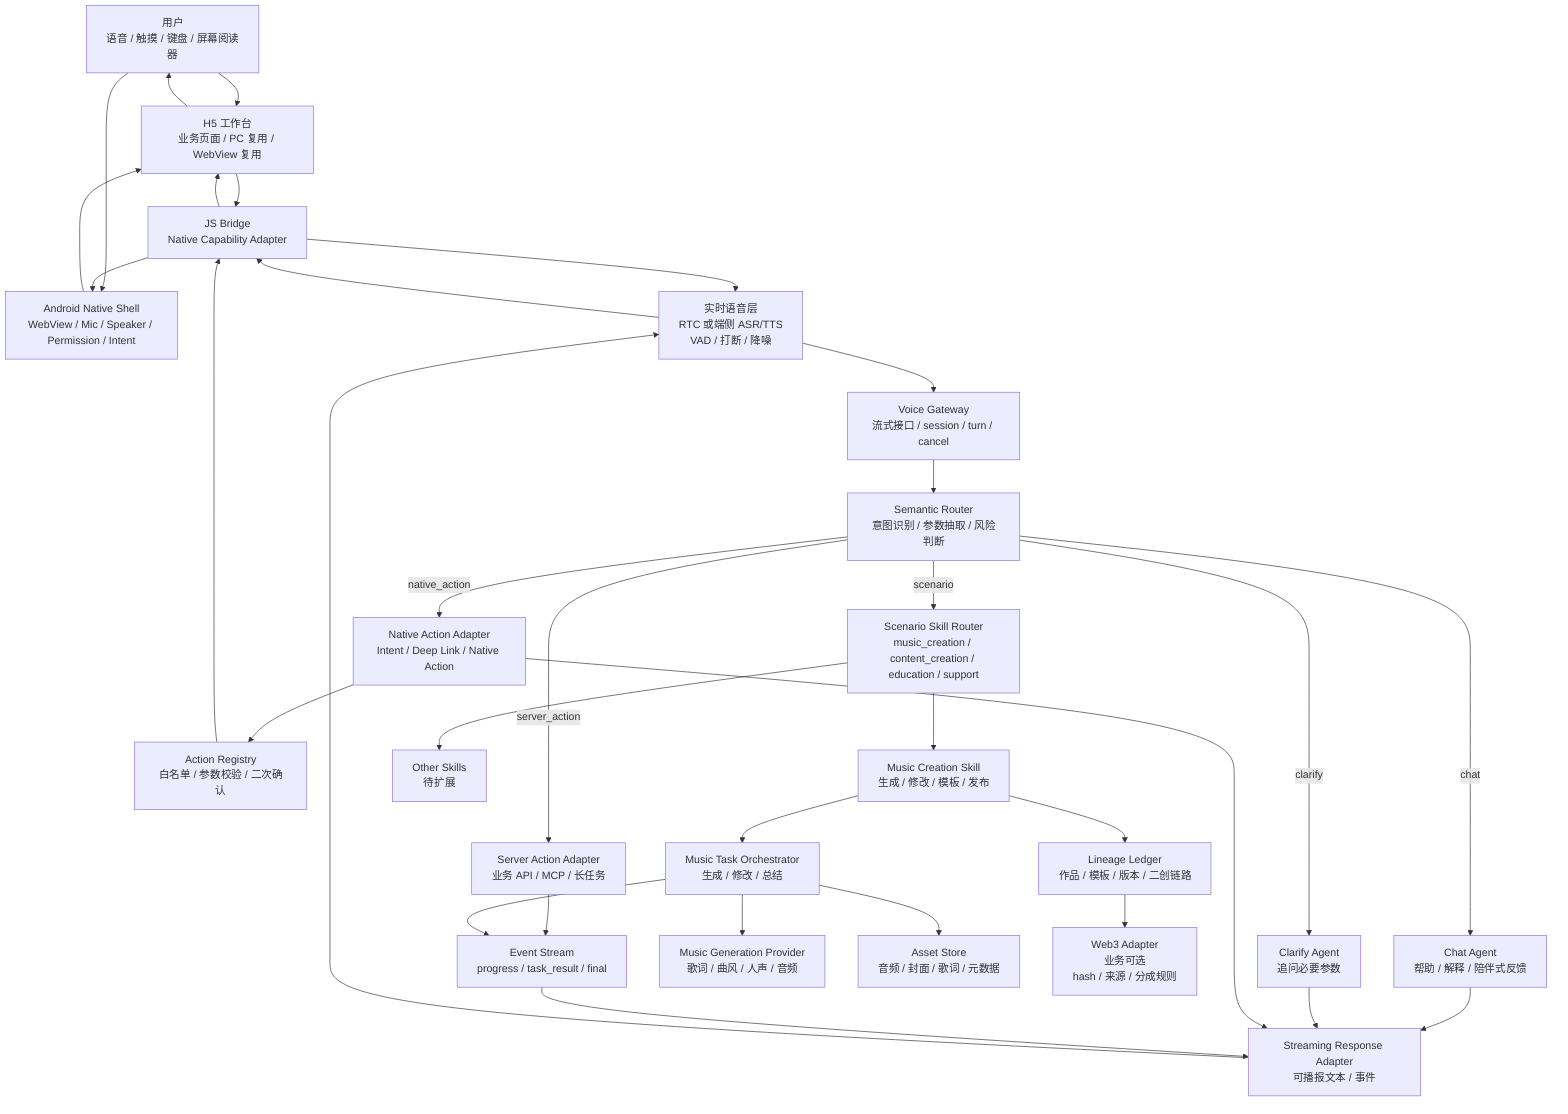
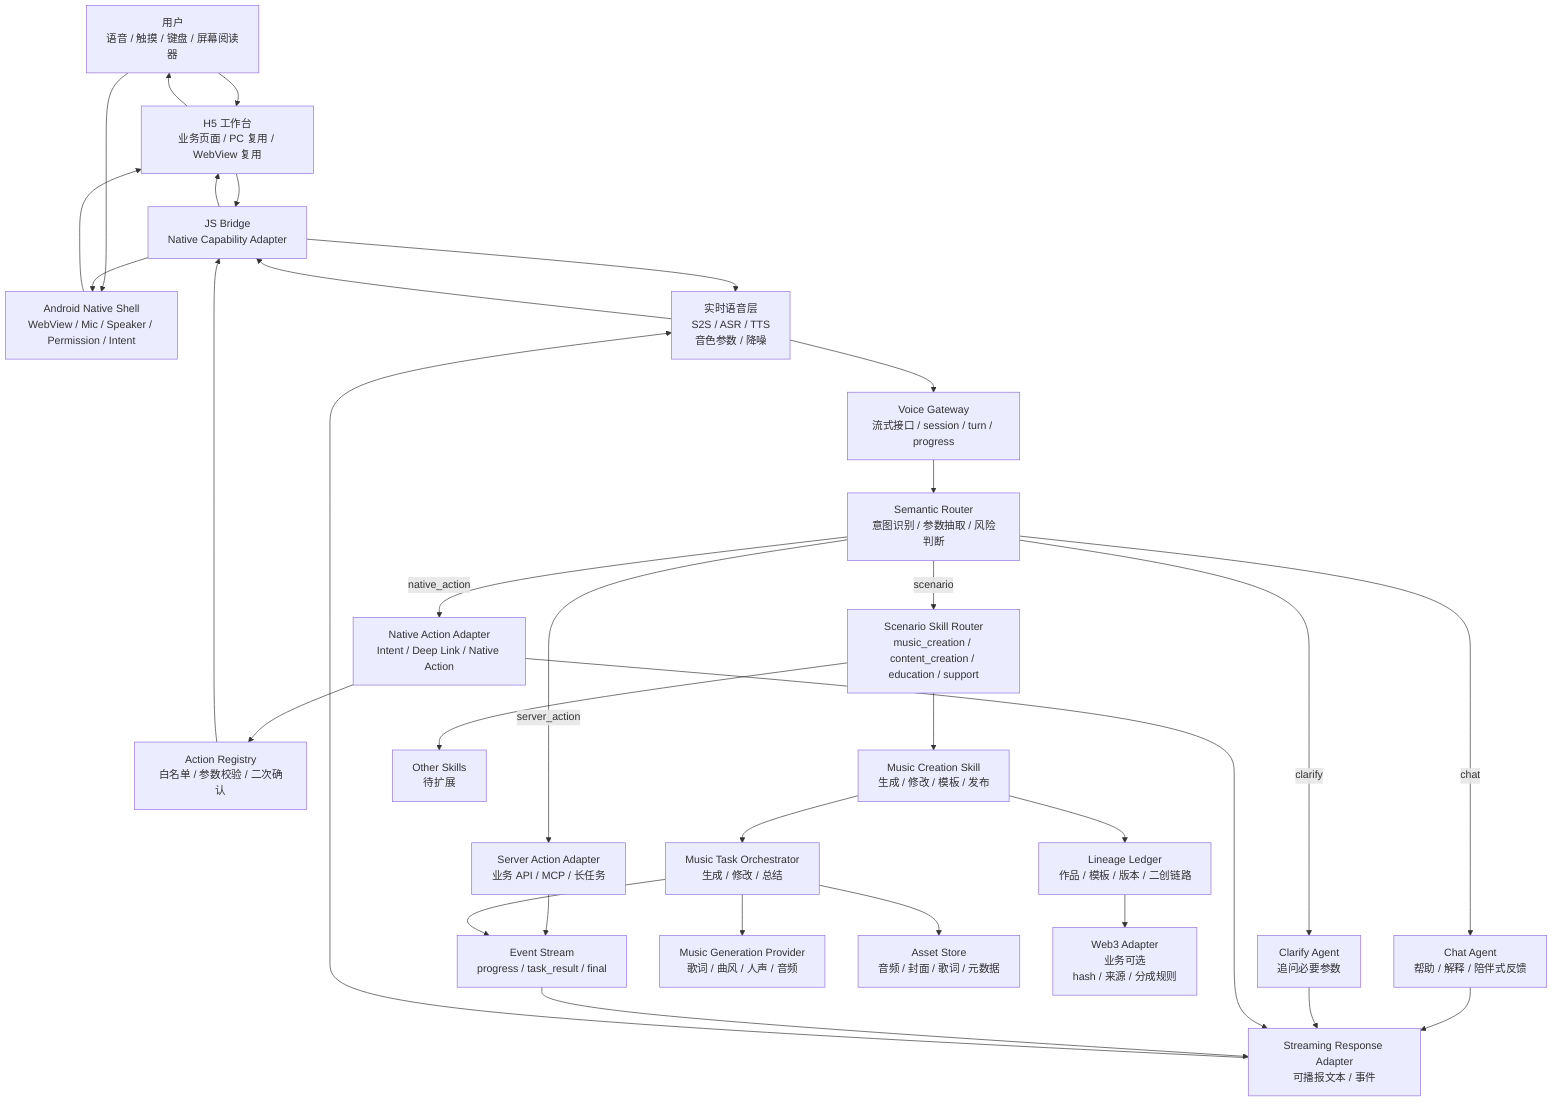
flowchart TB
    User["用户<br/>语音 / 触摸 / 键盘 / 屏幕阅读器"] --> H5["H5 工作台<br/>业务页面 / PC 复用 / WebView 复用"]
    User --> AndroidShell["Android Native Shell<br/>WebView / Mic / Speaker / Permission / Intent"]

    AndroidShell --> H5
    H5 --> Bridge["JS Bridge<br/>Native Capability Adapter"]
    Bridge --> AndroidShell
-     Bridge --> VoiceRuntime["实时语音层<br/>RTC 或端侧 ASR/TTS<br/>VAD / 打断 / 降噪"]
-     VoiceRuntime --> Gateway["Voice Gateway<br/>流式接口 / session / turn / cancel"]
+     Bridge --> VoiceRuntime["实时语音层<br/>S2S / ASR / TTS<br/>音色参数 / 降噪"]
+     VoiceRuntime --> Gateway["Voice Gateway<br/>流式接口 / session / turn / progress"]

    Gateway --> Router["Semantic Router<br/>意图识别 / 参数抽取 / 风险判断"]

    Router -->|chat| ChatAgent["Chat Agent<br/>帮助 / 解释 / 陪伴式反馈"]
    Router -->|native_action| NativeAction["Native Action Adapter<br/>Intent / Deep Link / Native Action"]
    Router -->|server_action| ServerAction["Server Action Adapter<br/>业务 API / MCP / 长任务"]
    Router -->|scenario| ScenarioRouter["Scenario Skill Router<br/>music_creation / content_creation / education / support"]
    Router -->|clarify| ClarifyAgent["Clarify Agent<br/>追问必要参数"]

    NativeAction --> ActionRegistry["Action Registry<br/>白名单 / 参数校验 / 二次确认"]
    ActionRegistry --> Bridge

    ScenarioRouter --> MusicSkill["Music Creation Skill<br/>生成 / 修改 / 模板 / 发布"]
    ScenarioRouter --> OtherSkill["Other Skills<br/>待扩展"]

    MusicSkill --> MusicOrchestrator["Music Task Orchestrator<br/>生成 / 修改 / 总结"]
    MusicOrchestrator --> MusicGen["Music Generation Provider<br/>歌词 / 曲风 / 人声 / 音频"]
    MusicOrchestrator --> AssetStore["Asset Store<br/>音频 / 封面 / 歌词 / 元数据"]
    MusicSkill --> Lineage["Lineage Ledger<br/>作品 / 模板 / 版本 / 二创链路"]
    Lineage --> Web3Adapter["Web3 Adapter<br/>业务可选<br/>hash / 来源 / 分成规则"]

    EventStream["Event Stream<br/>progress / task_result / final"]
    ChatAgent --> Response["Streaming Response Adapter<br/>可播报文本 / 事件"]
    ClarifyAgent --> Response
    NativeAction --> Response
    ServerAction --> EventStream
    MusicOrchestrator --> EventStream
    EventStream --> Response

    Response --> VoiceRuntime
    VoiceRuntime --> Bridge
    Bridge --> H5
    H5 --> User
